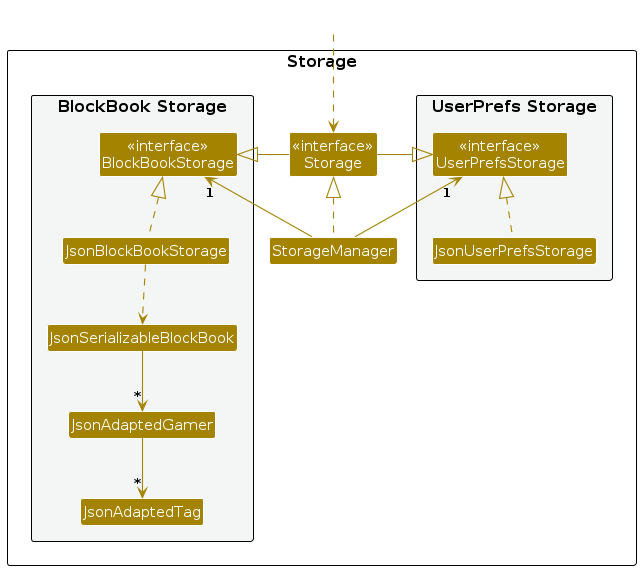
AY2526S2-CS2103-F13-1/tp keeps this PlantUML diagram as diagrams/StorageClassDiagram.png. Above is the earlier version. Its source is kept beside it as diagrams/StorageClassDiagram.puml. Its diagram source:
```plantuml
@startuml
!include style.puml
skinparam arrowThickness 1.1
skinparam arrowColor STORAGE_COLOR
skinparam classBackgroundColor STORAGE_COLOR

package Storage as StoragePackage {

package "UserPrefs Storage" #F4F6F6{
Class "<<interface>>\nUserPrefsStorage" as UserPrefsStorage
Class JsonUserPrefsStorage
}

Class "<<interface>>\nStorage" as Storage
Class StorageManager

package "BlockBook Storage" #F4F6F6{
Class "<<interface>>\nBlockBookStorage" as BlockBookStorage
Class JsonBlockBookStorage
Class JsonSerializableBlockBook
Class JsonAdaptedGamer
Class JsonAdaptedTag
}

}

Class HiddenOutside #FFFFFF
HiddenOutside ..> Storage

StorageManager .up.|> Storage
StorageManager -up-> "1" UserPrefsStorage
StorageManager -up-> "1" BlockBookStorage

Storage -left-|> UserPrefsStorage
Storage -right-|> BlockBookStorage

JsonUserPrefsStorage .up.|> UserPrefsStorage
JsonBlockBookStorage .up.|> BlockBookStorage
JsonBlockBookStorage ..> JsonSerializableBlockBook
JsonSerializableBlockBook --> "*" JsonAdaptedGamer
JsonAdaptedGamer --> "*" JsonAdaptedTag

@enduml
```
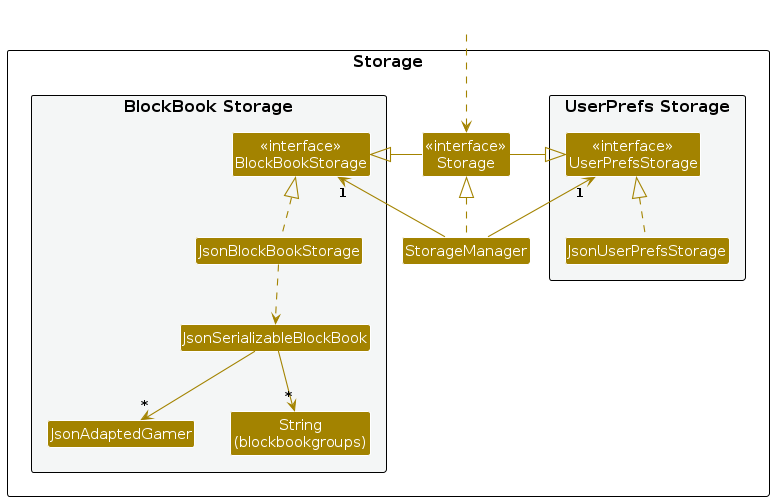
Above is the later version.

Diff of the diagram source:
```diff
@@ -19,7 +19,7 @@
 Class JsonBlockBookStorage
 Class JsonSerializableBlockBook
 Class JsonAdaptedGamer
-Class JsonAdaptedTag
+Class "String\n(blockbookgroups)" as JsonGroupName
 }
 
 }
@@ -38,6 +38,6 @@
 JsonBlockBookStorage .up.|> BlockBookStorage
 JsonBlockBookStorage ..> JsonSerializableBlockBook
 JsonSerializableBlockBook --> "*" JsonAdaptedGamer
-JsonAdaptedGamer --> "*" JsonAdaptedTag
+JsonSerializableBlockBook --> "*" JsonGroupName
 
 @enduml
```
